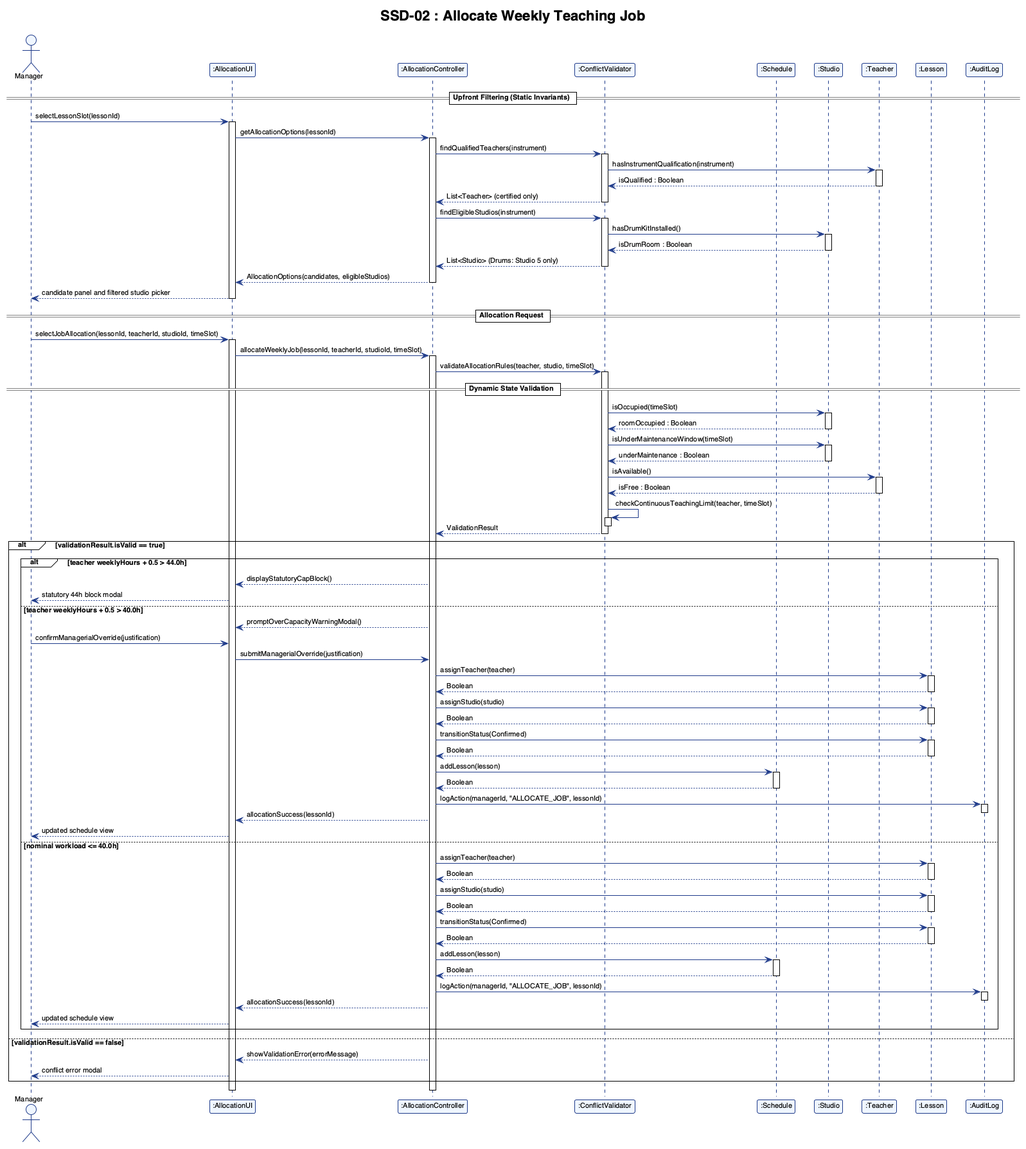
The PlantUML diagram report/assets/ssd_02.png in adoreblvnk/2001temp, before a commit.
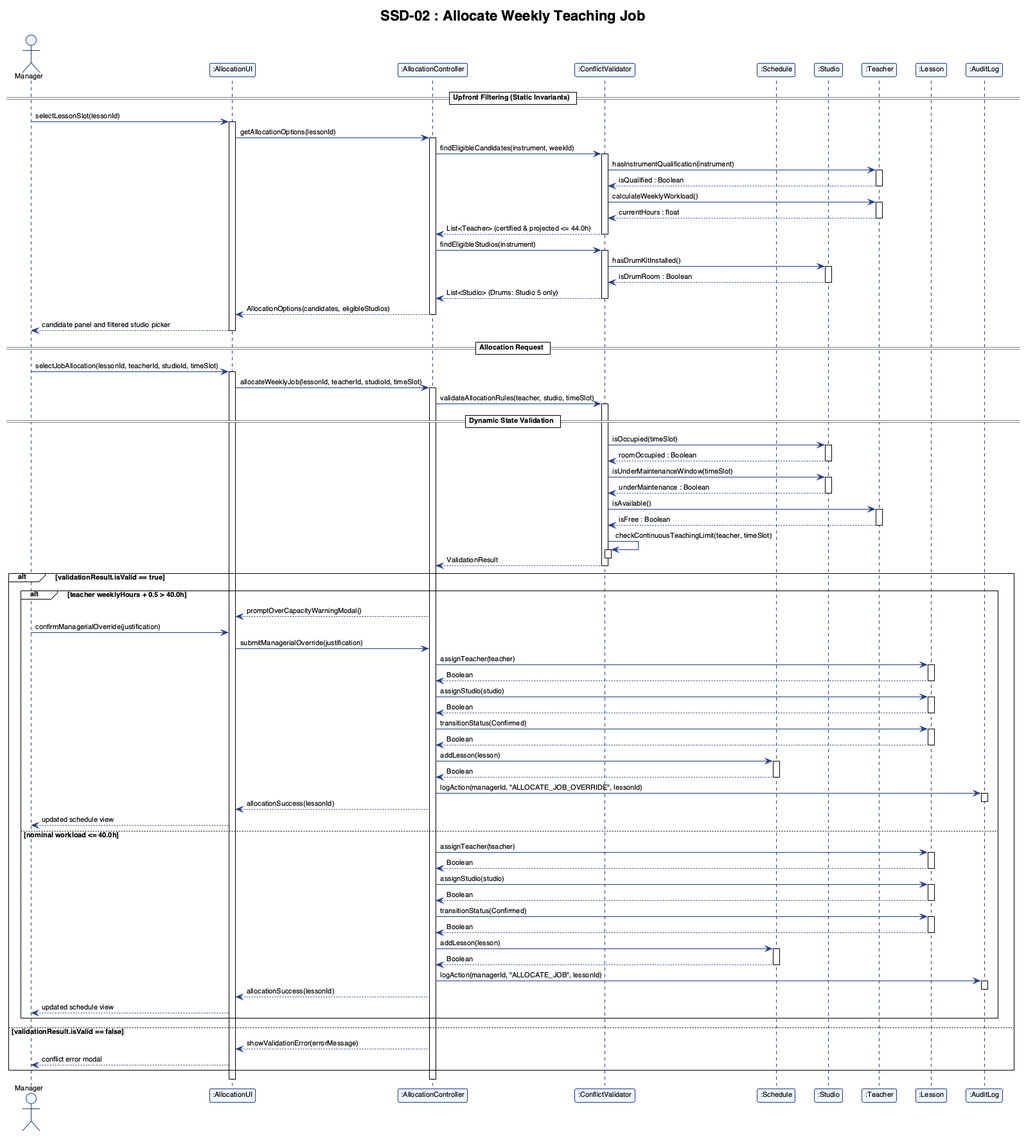
Above is the later version.

What changed in the source:
```diff
@@ -31,13 +31,17 @@
 activate UI
 UI -> AC : getAllocationOptions(lessonId)
 activate AC
-AC -> CV : findQualifiedTeachers(instrument)
+AC -> CV : findEligibleCandidates(instrument, weekId)
 activate CV
 CV -> T : hasInstrumentQualification(instrument)
 activate T
 T --> CV : isQualified : Boolean
 deactivate T
-CV --> AC : List<Teacher> (certified only)
+CV -> T : calculateWeeklyWorkload()
+activate T
+T --> CV : currentHours : float
+deactivate T
+CV --> AC : List<Teacher> (certified & projected <= 44.0h)
 deactivate CV
 AC -> CV : findEligibleStudios(instrument)
 activate CV
@@ -82,10 +86,7 @@
 deactivate CV
 
 alt validationResult.isValid == true
-    alt teacher weeklyHours + 0.5 > 44.0h
-        AC --> UI : displayStatutoryCapBlock()
-        UI --> M : statutory 44h block modal
-    else teacher weeklyHours + 0.5 > 40.0h
+    alt teacher weeklyHours + 0.5 > 40.0h
         AC --> UI : promptOverCapacityWarningModal()
         M -> UI : confirmManagerialOverride(justification)
         UI -> AC : submitManagerialOverride(justification)
@@ -105,7 +106,7 @@
         activate S
         S --> AC : Boolean
         deactivate S
-        AC -> AL : logAction(managerId, "ALLOCATE_JOB", lessonId)
+        AC -> AL : logAction(managerId, "ALLOCATE_JOB_OVERRIDE", lessonId)
         activate AL
         deactivate AL
         AC --> UI : allocationSuccess(lessonId)
```
